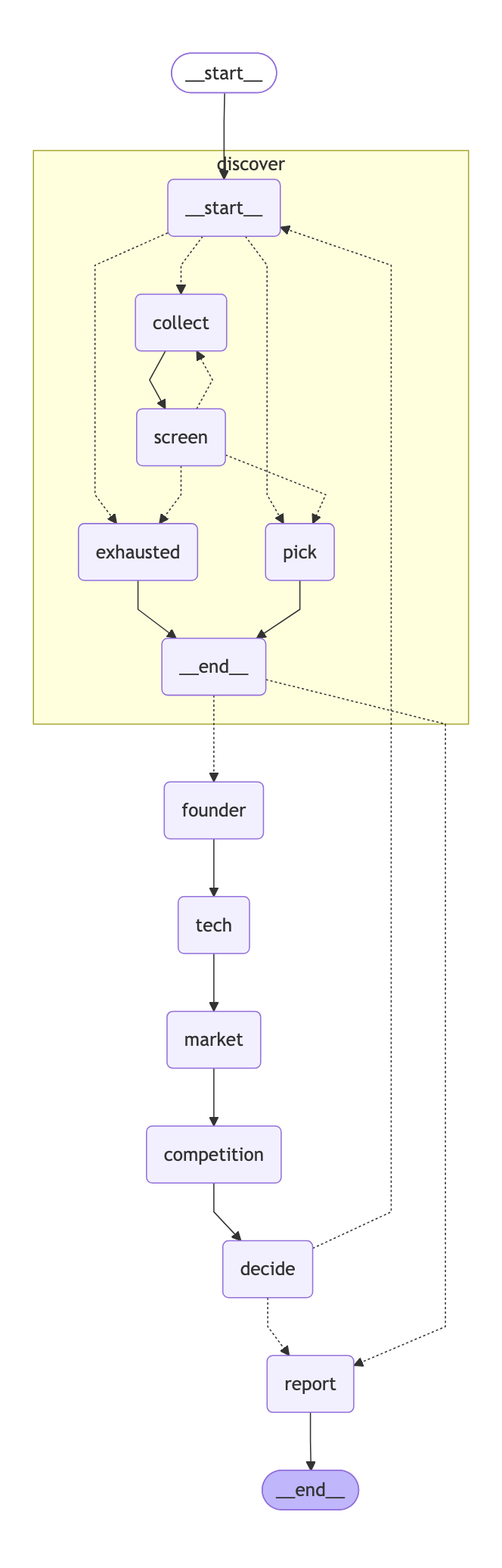
Before: docs/architecture_langgraph.png, a diagram exported from Mermaid (skala-smart-farm/agtech-investment). Its source is kept beside it as docs/architecture_langgraph.mmd.
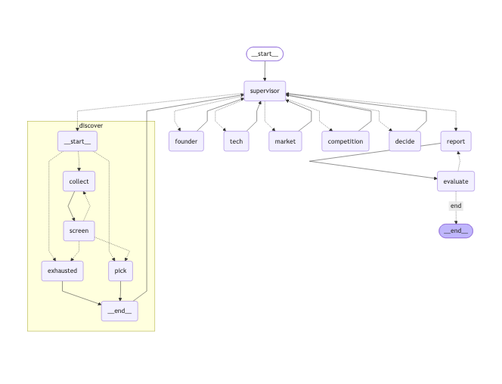
After the commit.

Change to the diagram source:
```diff
@@ -5,23 +5,32 @@
 ---
 graph TD;
 	__start__([<p>__start__</p>]):::first
+	supervisor(supervisor)
 	founder(founder)
 	tech(tech)
 	market(market)
 	competition(competition)
 	decide(decide)
 	report(report)
+	evaluate(evaluate)
 	__end__([<p>__end__</p>]):::last
-	__start__ --> discover\3a__start__;
-	competition --> decide;
-	decide -.-> discover\3a__start__;
-	decide -.-> report;
-	discover\3a__end__ -.-> founder;
-	discover\3a__end__ -.-> report;
-	founder --> tech;
-	market --> competition;
-	tech --> market;
-	report --> __end__;
+	__start__ --> supervisor;
+	competition --> supervisor;
+	decide --> supervisor;
+	discover\3a__end__ --> supervisor;
+	evaluate -. &nbsp;end&nbsp; .-> __end__;
+	evaluate -.-> report;
+	founder --> supervisor;
+	market --> supervisor;
+	report --> evaluate;
+	supervisor -.-> competition;
+	supervisor -.-> decide;
+	supervisor -.-> discover\3a__start__;
+	supervisor -.-> founder;
+	supervisor -.-> market;
+	supervisor -.-> report;
+	supervisor -.-> tech;
+	tech --> supervisor;
 	subgraph discover
 	discover\3a__start__(<p>__start__</p>)
 	discover\3acollect(collect)
```
